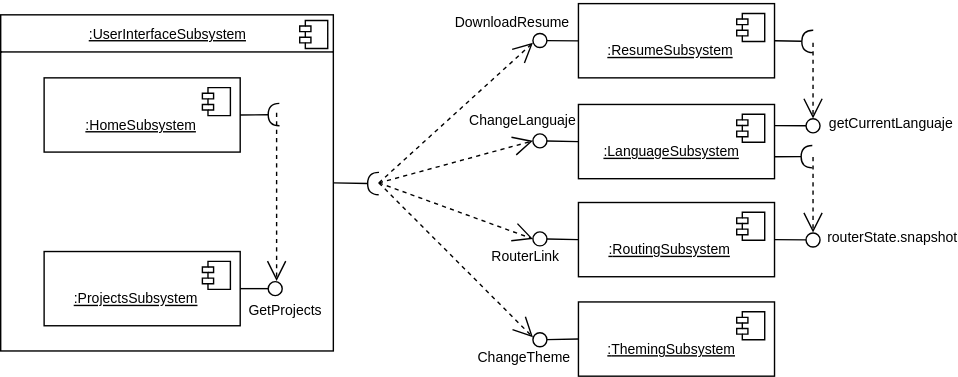
Earlier version of the draw.io export documents/SubsystemServices.svg (larr97/portfolio-project). Source tidied: cells renumbered, new cells last; positions are measured from the earlier drawing's top-left corner, leaving out a move shared by most shapes.
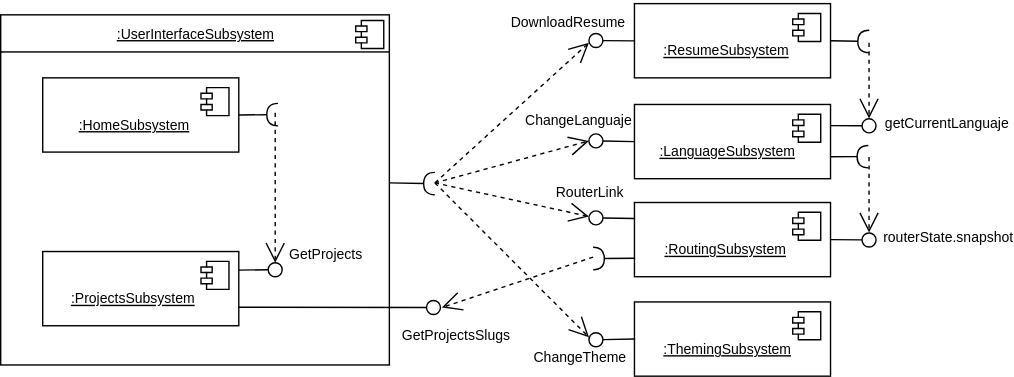
After the change.

What changed in the source:
```diff
@@ -3,7 +3,7 @@
     <mxCell id="0" />
     <mxCell id="1" parent="0" />
     <mxCell id="2" value="&lt;p style=&quot;margin:0px;margin-top:6px;text-align:center;&quot;&gt;&lt;u style=&quot;--tw-scale-x: 1; --tw-scale-y: 1; --tw-pan-x: ; --tw-pan-y: ; --tw-pinch-zoom: ; --tw-scroll-snap-strictness: proximity; --tw-gradient-from-position: ; --tw-gradient-via-position: ; --tw-gradient-to-position: ; --tw-ordinal: ; --tw-slashed-zero: ; --tw-numeric-figure: ; --tw-numeric-spacing: ; --tw-numeric-fraction: ; --tw-ring-inset: ; --tw-ring-offset-width: 0px; --tw-ring-offset-color: light-dark(#fff, #000000); --tw-ring-color: rgb(59 130 246 / .5); --tw-ring-offset-shadow: 0 0 #0000; --tw-ring-shadow: 0 0 #0000; --tw-shadow: 0 0 #0000; --tw-shadow-colored: 0 0 #0000; --tw-blur: ; --tw-brightness: ; --tw-contrast: ; --tw-grayscale: ; --tw-hue-rotate: ; --tw-invert: ; --tw-saturate: ; --tw-sepia: ; --tw-drop-shadow: ; --tw-backdrop-blur: ; --tw-backdrop-brightness: ; --tw-backdrop-contrast: ; --tw-backdrop-grayscale: ; --tw-backdrop-hue-rotate: ; --tw-backdrop-invert: ; --tw-backdrop-opacity: ; --tw-backdrop-saturate: ; --tw-backdrop-sepia: ; font-size: 10px; text-align: left;&quot;&gt;:UserInterfaceSubsystem&lt;/u&gt;&lt;/p&gt;&lt;hr size=&quot;1&quot; style=&quot;border-style:solid;&quot;&gt;&lt;p style=&quot;margin:0px;margin-left:8px;&quot;&gt;&lt;br&gt;&lt;/p&gt;" style="align=left;overflow=fill;html=1;whiteSpace=wrap;" parent="1" vertex="1">
-      <mxGeometry y="10" width="237.5" height="240" as="geometry" />
+      <mxGeometry x="-40" y="10" width="277.5" height="250" as="geometry" />
     </mxCell>
     <mxCell id="3" style="shape=component;jettyWidth=8;jettyHeight=4;" parent="2" vertex="1">
       <mxGeometry x="1" width="20" height="20" relative="1" as="geometry">
@@ -79,9 +79,9 @@
         <mxPoint x="385" y="242" as="targetPoint" />
       </mxGeometry>
     </mxCell>
-    <mxCell id="21" style="rounded=0;jettySize=auto;html=1;endArrow=oval;endFill=0;sketch=0;sourcePerimeterSpacing=0;targetPerimeterSpacing=0;endSize=10;exitX=0;exitY=0.5;exitDx=0;exitDy=0;" parent="1" edge="1" source="7">
+    <mxCell id="21" style="rounded=0;jettySize=auto;html=1;endArrow=oval;endFill=0;sketch=0;sourcePerimeterSpacing=0;targetPerimeterSpacing=0;endSize=10;exitX=0;exitY=0.215;exitDx=0;exitDy=0;exitPerimeter=0;" parent="1" edge="1" source="7">
       <mxGeometry relative="1" as="geometry">
-        <mxPoint x="385" y="170" as="targetPoint" />
+        <mxPoint x="385" y="155" as="targetPoint" />
       </mxGeometry>
     </mxCell>
     <mxCell id="22" style="endArrow=open;endSize=12;dashed=1;html=1;rounded=0;" parent="1" edge="1">
@@ -99,7 +99,7 @@
     <mxCell id="24" style="endArrow=open;endSize=12;dashed=1;html=1;rounded=0;" parent="1" edge="1">
       <mxGeometry relative="1" as="geometry">
         <mxPoint x="270" y="130" as="sourcePoint" />
-        <mxPoint x="380" y="170" as="targetPoint" />
+        <mxPoint x="380" y="154" as="targetPoint" />
       </mxGeometry>
     </mxCell>
     <mxCell id="25" style="endArrow=open;endSize=12;dashed=1;html=1;rounded=0;" parent="1" edge="1">
@@ -109,18 +109,18 @@
       </mxGeometry>
     </mxCell>
     <mxCell id="26" style="html=1;whiteSpace=wrap;align=left;" parent="1" vertex="1">
-      <mxGeometry x="31" y="55" width="140" height="53" as="geometry" />
+      <mxGeometry x="-10" y="55" width="140" height="53" as="geometry" />
     </mxCell>
     <mxCell id="27" style="shape=module;jettyWidth=8;jettyHeight=4;" parent="26" vertex="1">
       <mxGeometry x="1" width="20" height="20" relative="1" as="geometry">
         <mxPoint x="-27" y="7" as="offset" />
       </mxGeometry>
     </mxCell>
-    <mxCell id="28" value="&lt;font style=&quot;font-size: 10px;&quot;&gt;&amp;nbsp; &amp;nbsp; &amp;nbsp; &amp;nbsp;&lt;u&gt;:HomeSubsystem&lt;/u&gt;&lt;/font&gt;" style="text;whiteSpace=wrap;html=1;" parent="1" vertex="1">
-      <mxGeometry x="38.5" y="74" width="120" height="30" as="geometry" />
+    <mxCell id="28" value="&lt;font style=&quot;font-size: 10px;&quot;&gt;&amp;nbsp; &amp;nbsp; &amp;nbsp; &lt;u&gt;:HomeSubsystem&lt;/u&gt;&lt;/font&gt;" style="text;whiteSpace=wrap;html=1;" parent="1" vertex="1">
+      <mxGeometry x="-2.5" y="74" width="120" height="30" as="geometry" />
     </mxCell>
     <mxCell id="29" style="html=1;whiteSpace=wrap;align=left;" parent="1" vertex="1">
-      <mxGeometry x="31" y="179" width="140" height="53" as="geometry" />
+      <mxGeometry x="-10" y="179" width="140" height="53" as="geometry" />
     </mxCell>
     <mxCell id="30" style="shape=module;jettyWidth=8;jettyHeight=4;" parent="29" vertex="1">
       <mxGeometry x="1" width="20" height="20" relative="1" as="geometry">
@@ -128,16 +128,16 @@
       </mxGeometry>
     </mxCell>
     <mxCell id="31" value="&lt;font style=&quot;font-size: 10px;&quot;&gt;&amp;nbsp; &amp;nbsp; &lt;u&gt;:ProjectsSubsystem&lt;/u&gt;&lt;/font&gt;" style="text;whiteSpace=wrap;html=1;" parent="1" vertex="1">
-      <mxGeometry x="38.5" y="198" width="120" height="30" as="geometry" />
+      <mxGeometry x="-2.5" y="198" width="120" height="30" as="geometry" />
     </mxCell>
     <mxCell id="32" style="rounded=0;jettySize=auto;html=1;endArrow=halfCircle;endFill=0;endSize=6;strokeWidth=1;sketch=0;exitX=1;exitY=0.5;exitDx=0;exitDy=0;" parent="1" edge="1" source="26">
       <mxGeometry relative="1" as="geometry">
-        <mxPoint x="199" y="81.2" as="targetPoint" />
+        <mxPoint x="158" y="81.2" as="targetPoint" />
       </mxGeometry>
     </mxCell>
-    <mxCell id="33" style="rounded=0;jettySize=auto;html=1;endArrow=oval;endFill=0;sketch=0;sourcePerimeterSpacing=0;targetPerimeterSpacing=0;endSize=10;exitX=1;exitY=0.5;exitDx=0;exitDy=0;" parent="1" edge="1" source="29">
+    <mxCell id="33" style="rounded=0;jettySize=auto;html=1;endArrow=oval;endFill=0;sketch=0;sourcePerimeterSpacing=0;targetPerimeterSpacing=0;endSize=10;exitX=1;exitY=0.25;exitDx=0;exitDy=0;" parent="1" edge="1" source="29">
       <mxGeometry relative="1" as="geometry">
-        <mxPoint x="196" y="205.5" as="targetPoint" />
+        <mxPoint x="156" y="192" as="targetPoint" />
       </mxGeometry>
     </mxCell>
     <mxCell id="34" style="ellipse;whiteSpace=wrap;html=1;align=center;fillColor=none;strokeColor=none;perimeter=centerPerimeter;" parent="1" vertex="1">
@@ -145,8 +145,8 @@
     </mxCell>
     <mxCell id="35" style="endArrow=open;endSize=12;dashed=1;html=1;rounded=0;" parent="1" edge="1">
       <mxGeometry relative="1" as="geometry">
-        <mxPoint x="197" y="80" as="sourcePoint" />
-        <mxPoint x="197" y="200" as="targetPoint" />
+        <mxPoint x="156" y="80" as="sourcePoint" />
+        <mxPoint x="156" y="187" as="targetPoint" />
       </mxGeometry>
     </mxCell>
     <mxCell id="36" value="&lt;font style=&quot;font-size: 10px;&quot;&gt;DownloadResume&lt;/font&gt;" style="text;html=1;align=center;verticalAlign=middle;whiteSpace=wrap;rounded=0;" parent="1" vertex="1">
@@ -156,13 +156,13 @@
       <mxGeometry x="340" y="71.2" width="65" height="26.5" as="geometry" />
     </mxCell>
     <mxCell id="38" value="&lt;span style=&quot;font-size: 10px;&quot;&gt;RouterLink&lt;/span&gt;" style="text;html=1;align=center;verticalAlign=middle;whiteSpace=wrap;rounded=0;" parent="1" vertex="1">
-      <mxGeometry x="341.5" y="168.5" width="65" height="26.5" as="geometry" />
+      <mxGeometry x="347.5" y="122.5" width="65" height="26.5" as="geometry" />
     </mxCell>
     <mxCell id="39" value="&lt;span style=&quot;font-size: 10px;&quot;&gt;ChangeTheme&lt;/span&gt;" style="text;html=1;align=center;verticalAlign=middle;whiteSpace=wrap;rounded=0;" parent="1" vertex="1">
       <mxGeometry x="341" y="240.5" width="65" height="26.5" as="geometry" />
     </mxCell>
     <mxCell id="40" value="&lt;font style=&quot;font-size: 10px;&quot;&gt;GetProjects&lt;/font&gt;" style="text;html=1;align=center;verticalAlign=middle;whiteSpace=wrap;rounded=0;" parent="1" vertex="1">
-      <mxGeometry x="173" y="204.5" width="60" height="30" as="geometry" />
+      <mxGeometry x="162" y="165" width="60" height="30" as="geometry" />
     </mxCell>
     <mxCell id="41" style="rounded=0;jettySize=auto;html=1;endArrow=halfCircle;endFill=0;endSize=6;strokeWidth=1;sketch=0;exitX=1;exitY=0.5;exitDx=0;exitDy=0;" parent="1" edge="1" source="4">
       <mxGeometry relative="1" as="geometry">
@@ -202,5 +202,24 @@
     <mxCell id="48" value="&lt;font style=&quot;font-size: 10px;&quot;&gt;routerState.snapshot&lt;/font&gt;" style="text;html=1;align=center;verticalAlign=middle;whiteSpace=wrap;rounded=0;" parent="1" vertex="1">
       <mxGeometry x="604" y="155" width="65" height="26.5" as="geometry" />
     </mxCell>
+    <mxCell id="49" style="rounded=0;jettySize=auto;html=1;endArrow=oval;endFill=0;sketch=0;sourcePerimeterSpacing=0;targetPerimeterSpacing=0;endSize=10;exitX=1;exitY=0.75;exitDx=0;exitDy=0;" parent="1" edge="1" source="29">
+      <mxGeometry relative="1" as="geometry">
+        <mxPoint x="269" y="219" as="targetPoint" />
+      </mxGeometry>
+    </mxCell>
+    <mxCell id="50" style="rounded=0;jettySize=auto;html=1;endArrow=halfCircle;endFill=0;endSize=6;strokeWidth=1;sketch=0;exitX=0;exitY=0.75;exitDx=0;exitDy=0;" parent="1" edge="1" source="7">
+      <mxGeometry relative="1" as="geometry">
+        <mxPoint x="383" y="184" as="targetPoint" />
+      </mxGeometry>
+    </mxCell>
+    <mxCell id="51" style="endArrow=open;endSize=12;dashed=1;html=1;rounded=0;" parent="1" edge="1">
+      <mxGeometry relative="1" as="geometry">
+        <mxPoint x="383" y="183" as="sourcePoint" />
+        <mxPoint x="275" y="219" as="targetPoint" />
+      </mxGeometry>
+    </mxCell>
+    <mxCell id="52" value="&lt;font style=&quot;font-size: 10px;&quot;&gt;GetProjectsSlugs&lt;/font&gt;" style="text;html=1;align=center;verticalAlign=middle;whiteSpace=wrap;rounded=0;" parent="1" vertex="1">
+      <mxGeometry x="255" y="223" width="60" height="30" as="geometry" />
+    </mxCell>
   </root>
 </mxGraphModel>
```
